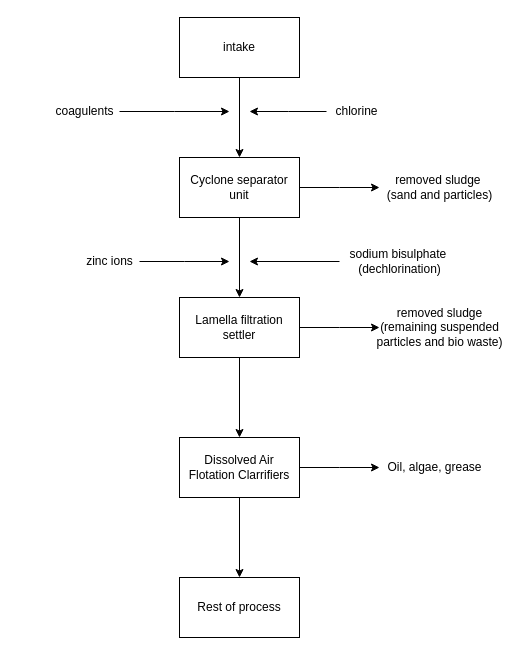
Before: Untitled Diagram.drawio in edwilkinson/1, a draw.io diagram. Source tidied: cells renumbered, new cells numbered last; positions are measured from the earlier drawing's top-left corner, leaving out a move shared by most shapes. Both pictures are drawn from the tidied source at 100%, with x=0, y=0 at pixel (49, 17).
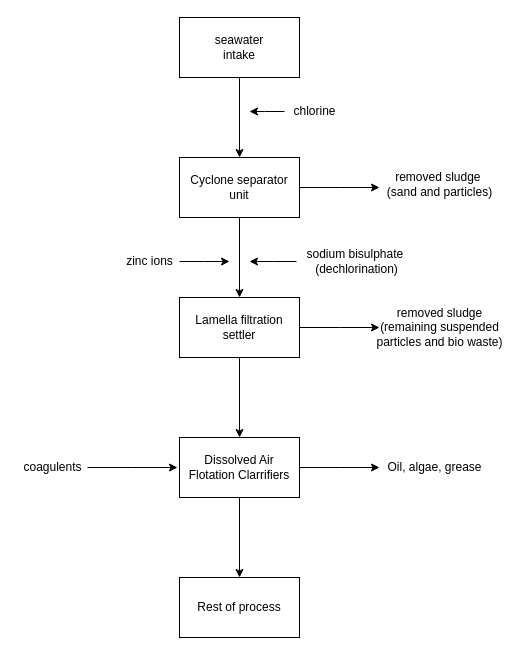
The same diagram, later.

The edit, as a diff of the source:
```diff
@@
-    <mxCell id="3" value="intake" style="rounded=0;whiteSpace=wrap;html=1;" parent="1" vertex="1">
+    <mxCell id="3" value="seawater&lt;br&gt;intake" style="rounded=0;whiteSpace=wrap;html=1;" parent="1" vertex="1">
       <mxGeometry x="130" width="120" height="60" as="geometry" />
     </mxCell>
@@
     <mxCell id="15" value="sodium bisulphate&amp;nbsp;&lt;br&gt;(dechlorination)" style="text;html=1;align=center;verticalAlign=middle;points=[];" parent="1" vertex="1">
-      <mxGeometry x="290" y="229" width="120" height="30" as="geometry" />
+      <mxGeometry x="247" y="229" width="120" height="30" as="geometry" />
     </mxCell>
@@
     <mxCell id="17" value="zinc ions" style="text;html=1;align=center;verticalAlign=middle;points=[];" parent="1" vertex="1">
-      <mxGeometry x="30" y="234" width="60" height="20" as="geometry" />
+      <mxGeometry x="70" y="234" width="60" height="20" as="geometry" />
     </mxCell>
@@
     <mxCell id="19" value="chlorine" style="text;html=1;align=center;verticalAlign=middle;points=[];" parent="1" vertex="1">
-      <mxGeometry x="277" y="84" width="60" height="20" as="geometry" />
+      <mxGeometry x="235" y="84" width="60" height="20" as="geometry" />
     </mxCell>
     <mxCell id="20" style="edgeStyle=orthogonalEdgeStyle;rounded=0;jettySize=auto;html=1;" parent="1" edge="1" source="21">
       <mxGeometry relative="1" as="geometry">
-        <mxPoint x="180" y="94" as="targetPoint" />
+        <mxPoint x="128" y="450" as="targetPoint" />
       </mxGeometry>
     </mxCell>
     <mxCell id="21" value="coagulents" style="text;html=1;align=center;verticalAlign=middle;points=[];" parent="1" vertex="1">
-      <mxGeometry y="84" width="70" height="20" as="geometry" />
+      <mxGeometry x="-32" y="440" width="70" height="20" as="geometry" />
     </mxCell>
     <mxCell id="22" value="removed sludge&amp;nbsp;&lt;br&gt;(sand and particles)" style="text;html=1;align=center;verticalAlign=middle;" parent="1" vertex="1">
-      <mxGeometry x="330" y="155" width="120" height="30" as="geometry" />
+      <mxGeometry x="330" y="151.5" width="120" height="30" as="geometry" />
     </mxCell>
```
